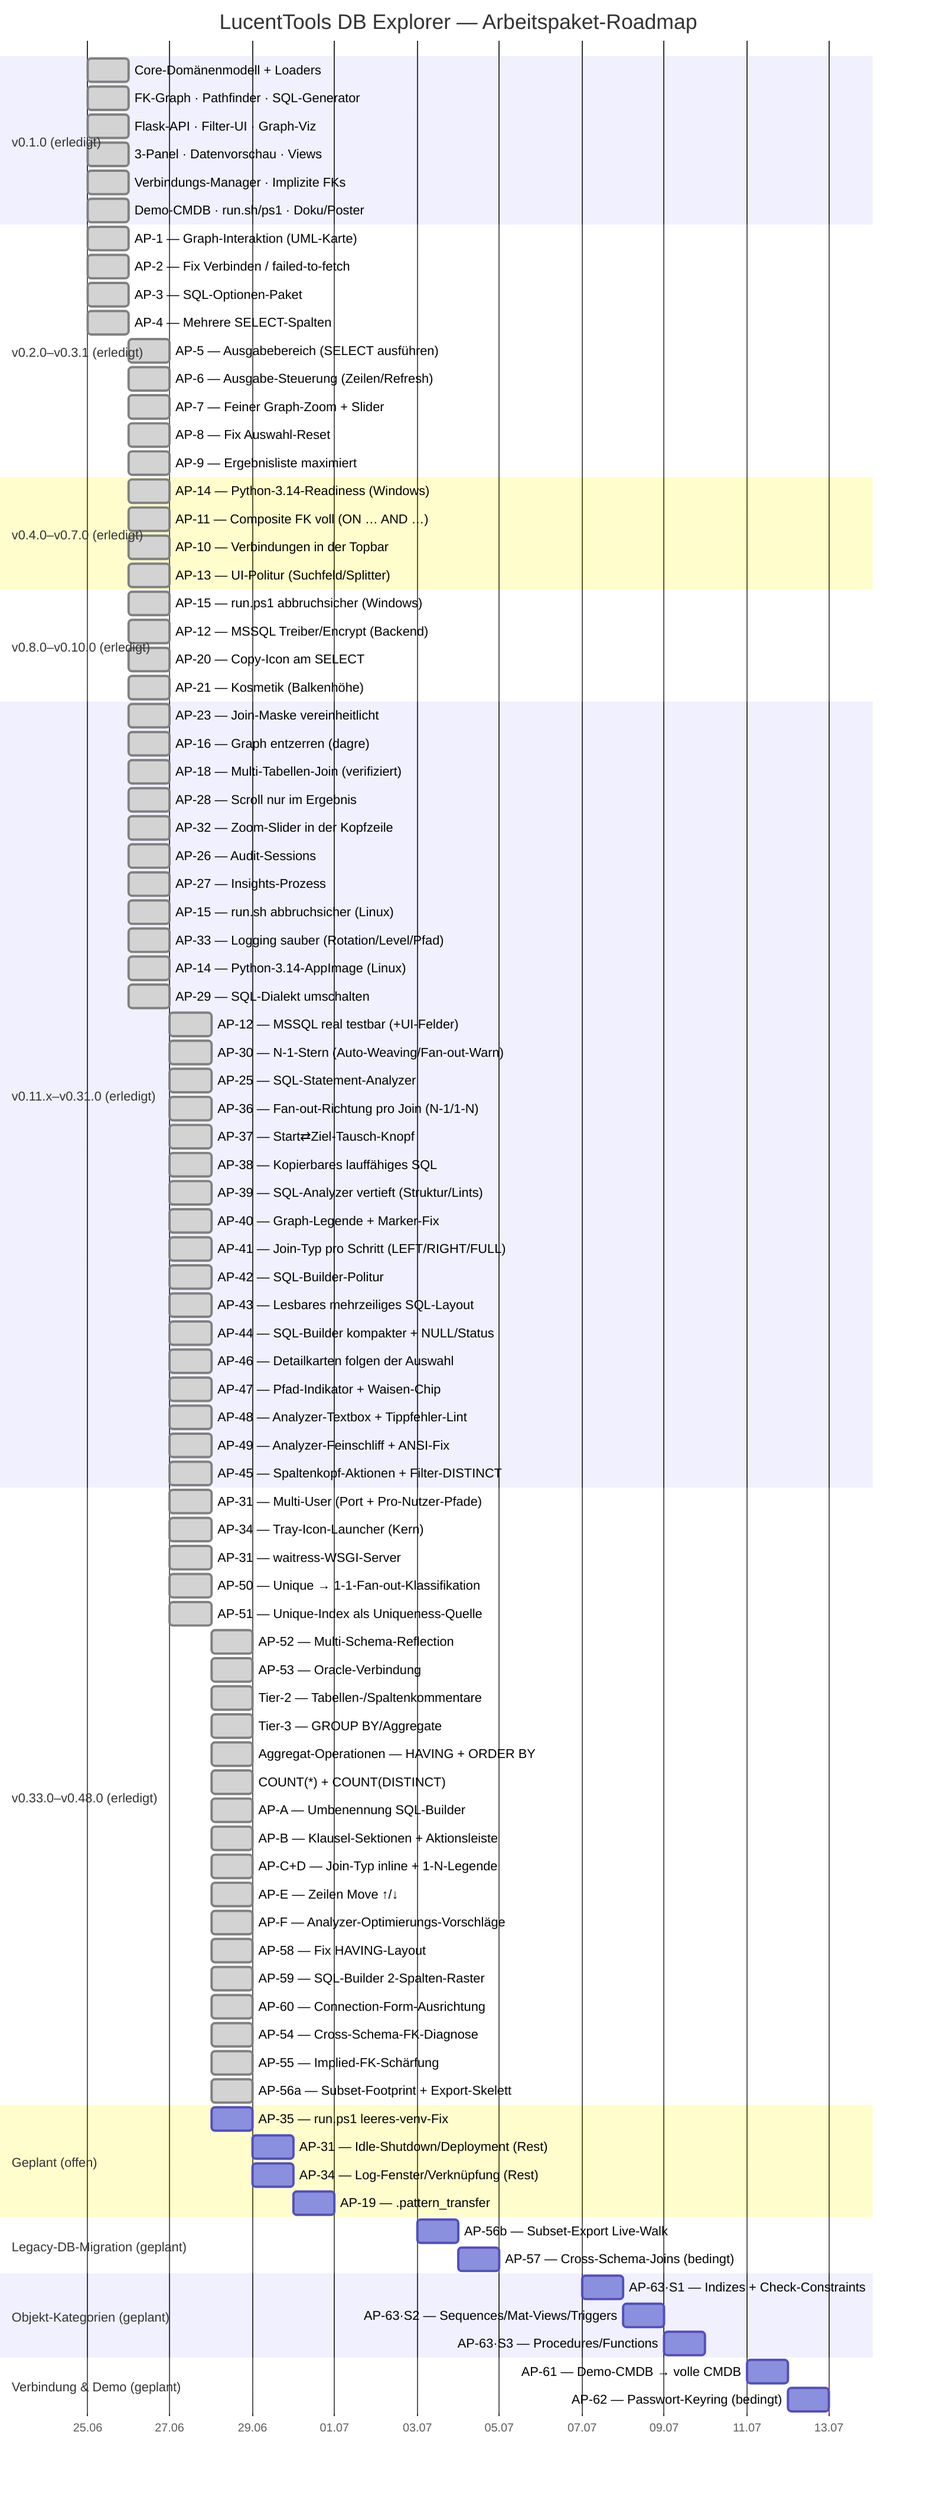
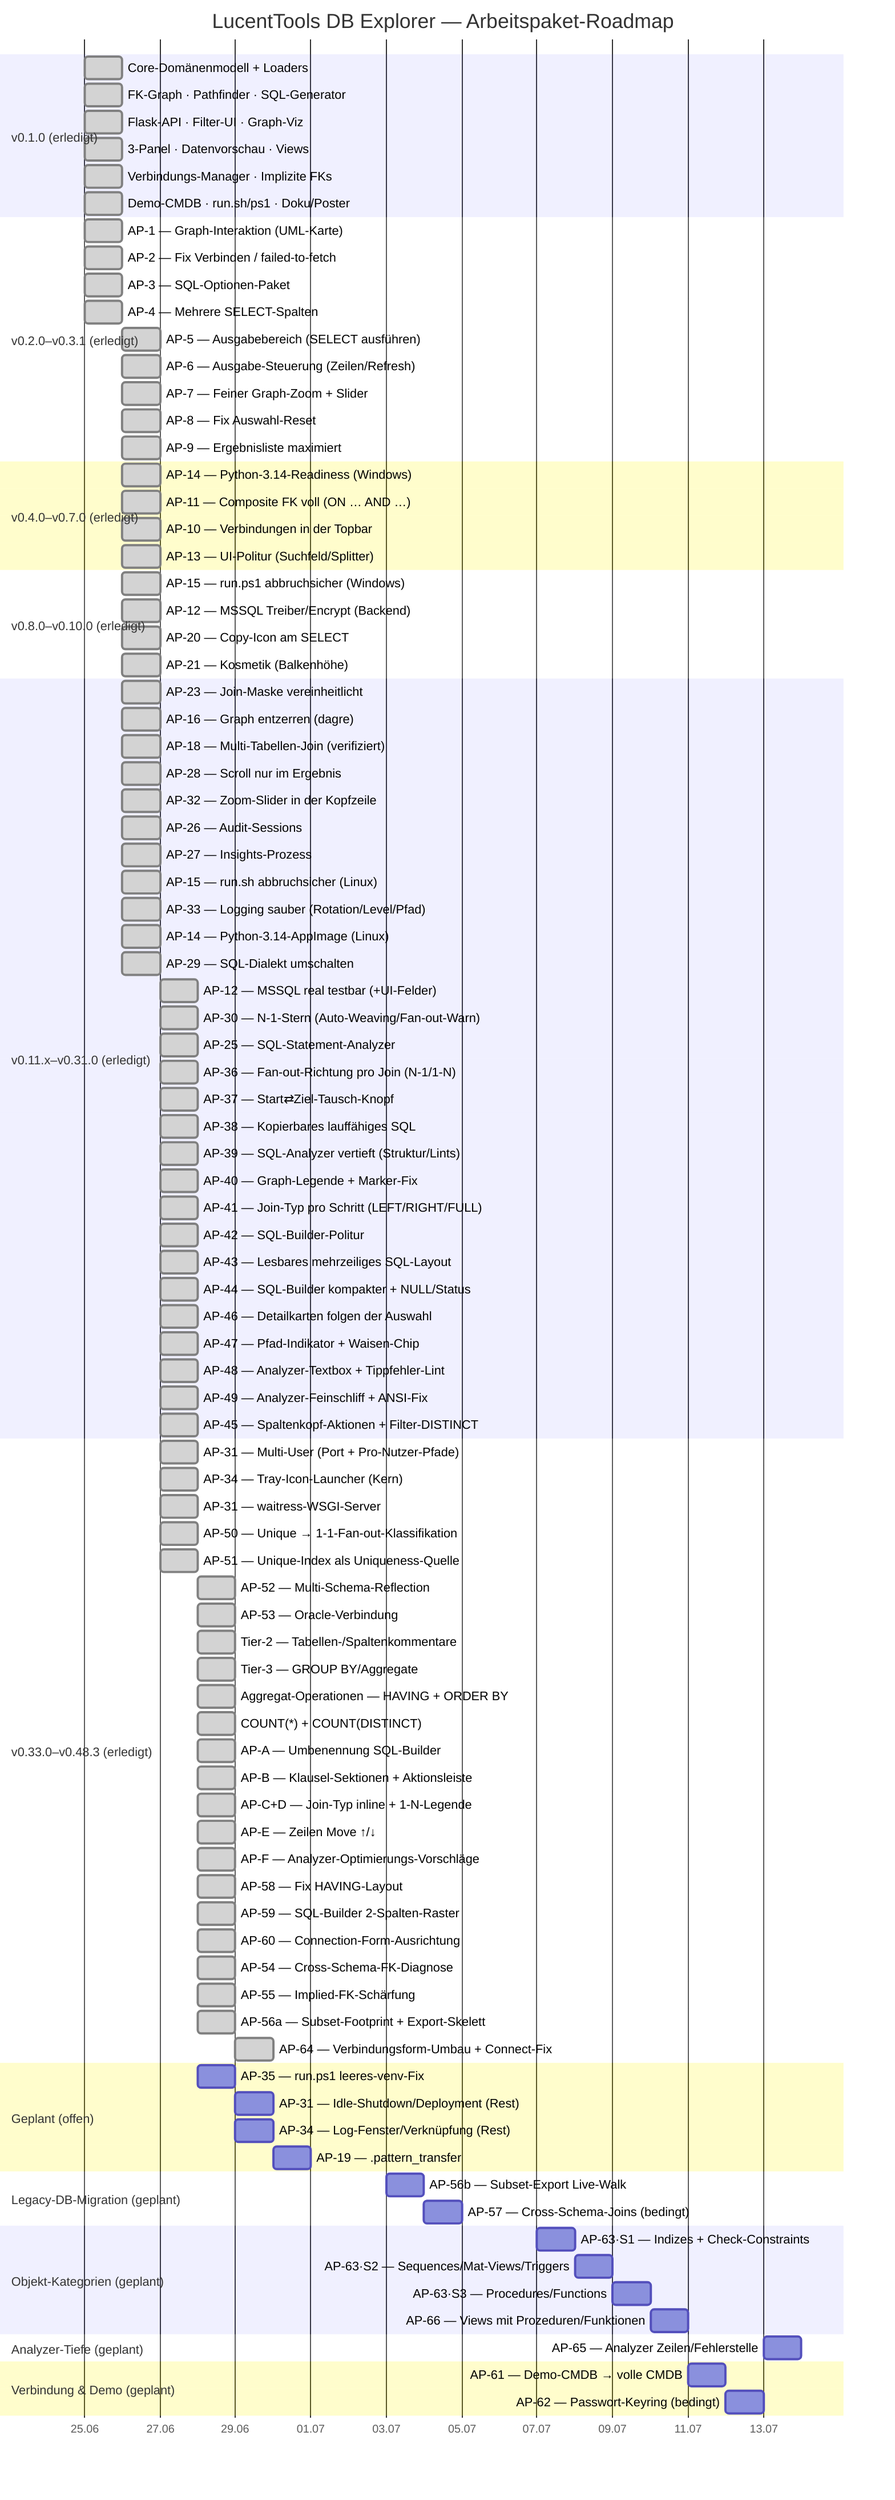
gantt
    title LucentTools DB Explorer — Arbeitspaket-Roadmap
    dateFormat  YYYY-MM-DD
    axisFormat  %d.%m

    section v0.1.0 (erledigt)
    Core-Domänenmodell + Loaders          :done, d1, 2026-06-25, 1d
    FK-Graph · Pathfinder · SQL-Generator :done, d2, 2026-06-25, 1d
    Flask-API · Filter-UI · Graph-Viz     :done, d3, 2026-06-25, 1d
    3-Panel · Datenvorschau · Views       :done, d4, 2026-06-25, 1d
    Verbindungs-Manager · Implizite FKs   :done, d5, 2026-06-25, 1d
    Demo-CMDB · run.sh/ps1 · Doku/Poster  :done, d6, 2026-06-25, 1d

    section v0.2.0–v0.3.1 (erledigt)
    AP-1 — Graph-Interaktion (UML-Karte)        :done, a1, 2026-06-25, 1d
    AP-2 — Fix Verbinden / failed-to-fetch      :done, a2, 2026-06-25, 1d
    AP-3 — SQL-Optionen-Paket                   :done, a3, 2026-06-25, 1d
    AP-4 — Mehrere SELECT-Spalten               :done, a4, 2026-06-25, 1d
    AP-5 — Ausgabebereich (SELECT ausführen)    :done, a5, 2026-06-26, 1d
    AP-6 — Ausgabe-Steuerung (Zeilen/Refresh)   :done, a6, 2026-06-26, 1d
    AP-7 — Feiner Graph-Zoom + Slider           :done, a7, 2026-06-26, 1d
    AP-8 — Fix Auswahl-Reset                    :done, a8, 2026-06-26, 1d
    AP-9 — Ergebnisliste maximiert              :done, a9, 2026-06-26, 1d

    section v0.4.0–v0.7.0 (erledigt)
    AP-14 — Python-3.14-Readiness (Windows)     :done, b1, 2026-06-26, 1d
    AP-11 — Composite FK voll (ON … AND …)      :done, b2, 2026-06-26, 1d
    AP-10 — Verbindungen in der Topbar          :done, b3, 2026-06-26, 1d
    AP-13 — UI-Politur (Suchfeld/Splitter)      :done, b4, 2026-06-26, 1d

    section v0.8.0–v0.10.0 (erledigt)
    AP-15 — run.ps1 abbruchsicher (Windows)     :done, c1, 2026-06-26, 1d
    AP-12 — MSSQL Treiber/Encrypt (Backend)     :done, c2, 2026-06-26, 1d
    AP-20 — Copy-Icon am SELECT                 :done, c3, 2026-06-26, 1d
    AP-21 — Kosmetik (Balkenhöhe)               :done, c4, 2026-06-26, 1d

    section v0.11.x–v0.31.0 (erledigt)
    AP-23 — Join-Maske vereinheitlicht          :done, e1, 2026-06-26, 1d
    AP-16 — Graph entzerren (dagre)             :done, e2, 2026-06-26, 1d
    AP-18 — Multi-Tabellen-Join (verifiziert)   :done, e3, 2026-06-26, 1d
    AP-28 — Scroll nur im Ergebnis              :done, e4, 2026-06-26, 1d
    AP-32 — Zoom-Slider in der Kopfzeile        :done, e5, 2026-06-26, 1d
    AP-26 — Audit-Sessions                      :done, e6, 2026-06-26, 1d
    AP-27 — Insights-Prozess                    :done, e7, 2026-06-26, 1d
    AP-15 — run.sh abbruchsicher (Linux)        :done, e8, 2026-06-26, 1d
    AP-33 — Logging sauber (Rotation/Level/Pfad) :done, e9, 2026-06-26, 1d
    AP-14 — Python-3.14-AppImage (Linux)         :done, e10, 2026-06-26, 1d
    AP-29 — SQL-Dialekt umschalten               :done, e11, 2026-06-26, 1d
    AP-12 — MSSQL real testbar (+UI-Felder)      :done, e12, 2026-06-27, 1d
    AP-30 — N-1-Stern (Auto-Weaving/Fan-out-Warn) :done, e13, 2026-06-27, 1d
    AP-25 — SQL-Statement-Analyzer               :done, e14, 2026-06-27, 1d
    AP-36 — Fan-out-Richtung pro Join (N-1/1-N)  :done, e15, 2026-06-27, 1d
    AP-37 — Start⇄Ziel-Tausch-Knopf              :done, e16, 2026-06-27, 1d
    AP-38 — Kopierbares lauffähiges SQL          :done, e17, 2026-06-27, 1d
    AP-39 — SQL-Analyzer vertieft (Struktur/Lints) :done, e18, 2026-06-27, 1d
    AP-40 — Graph-Legende + Marker-Fix           :done, e19, 2026-06-27, 1d
    AP-41 — Join-Typ pro Schritt (LEFT/RIGHT/FULL) :done, e20, 2026-06-27, 1d
    AP-42 — SQL-Builder-Politur                 :done, e21, 2026-06-27, 1d
    AP-43 — Lesbares mehrzeiliges SQL-Layout      :done, e22, 2026-06-27, 1d
    AP-44 — SQL-Builder kompakter + NULL/Status :done, e23, 2026-06-27, 1d
    AP-46 — Detailkarten folgen der Auswahl       :done, e24, 2026-06-27, 1d
    AP-47 — Pfad-Indikator + Waisen-Chip         :done, e25, 2026-06-27, 1d
    AP-48 — Analyzer-Textbox + Tippfehler-Lint   :done, e26, 2026-06-27, 1d
    AP-49 — Analyzer-Feinschliff + ANSI-Fix       :done, e27, 2026-06-27, 1d
    AP-45 — Spaltenkopf-Aktionen + Filter-DISTINCT :done, e28, 2026-06-27, 1d

-     section v0.33.0–v0.48.0 (erledigt)
+     section v0.33.0–v0.48.3 (erledigt)
    AP-31 — Multi-User (Port + Pro-Nutzer-Pfade) :done, f1, 2026-06-27, 1d
    AP-34 — Tray-Icon-Launcher (Kern)            :done, f2, 2026-06-27, 1d
    AP-31 — waitress-WSGI-Server                 :done, f3, 2026-06-27, 1d
    AP-50 — Unique → 1-1-Fan-out-Klassifikation  :done, f4, 2026-06-27, 1d
    AP-51 — Unique-Index als Uniqueness-Quelle   :done, f5, 2026-06-27, 1d
    AP-52 — Multi-Schema-Reflection              :done, f6, 2026-06-28, 1d
    AP-53 — Oracle-Verbindung                    :done, f7, 2026-06-28, 1d
    Tier-2 — Tabellen-/Spaltenkommentare         :done, f8, 2026-06-28, 1d
    Tier-3 — GROUP BY/Aggregate                  :done, f9, 2026-06-28, 1d
    Aggregat-Operationen — HAVING + ORDER BY     :done, f10, 2026-06-28, 1d
    COUNT(*) + COUNT(DISTINCT)                   :done, f11, 2026-06-28, 1d
    AP-A — Umbenennung SQL-Builder               :done, f12, 2026-06-28, 1d
    AP-B — Klausel-Sektionen + Aktionsleiste     :done, f13, 2026-06-28, 1d
    AP-C+D — Join-Typ inline + 1-N-Legende       :done, f14, 2026-06-28, 1d
    AP-E — Zeilen Move ↑/↓                        :done, f15, 2026-06-28, 1d
    AP-F — Analyzer-Optimierungs-Vorschläge      :done, f16, 2026-06-28, 1d
    AP-58 — Fix HAVING-Layout                    :done, f17, 2026-06-28, 1d
    AP-59 — SQL-Builder 2-Spalten-Raster        :done, f18, 2026-06-28, 1d
    AP-60 — Connection-Form-Ausrichtung         :done, f19, 2026-06-28, 1d
    AP-54 — Cross-Schema-FK-Diagnose            :done, f20, 2026-06-28, 1d
    AP-55 — Implied-FK-Schärfung                :done, f21, 2026-06-28, 1d
    AP-56a — Subset-Footprint + Export-Skelett   :done, f22, 2026-06-28, 1d
+     AP-64 — Verbindungsform-Umbau + Connect-Fix  :done, f23, 2026-06-29, 1d

    section Geplant (offen)
    AP-35 — run.ps1 leeres-venv-Fix             :p3, 2026-06-28, 1d
    AP-31 — Idle-Shutdown/Deployment (Rest)     :p5, 2026-06-29, 1d
    AP-34 — Log-Fenster/Verknüpfung (Rest)      :p6, 2026-06-29, 1d
    AP-19 — .pattern_transfer                   :p11, 2026-06-30, 1d

    section Legacy-DB-Migration (geplant)
    AP-56b — Subset-Export Live-Walk :p22, 2026-07-03, 1d
    AP-57 — Cross-Schema-Joins (bedingt)        :p23, 2026-07-04, 1d

    section Objekt-Kategorien (geplant)
    AP-63·S1 — Indizes + Check-Constraints      :p30, 2026-07-07, 1d
    AP-63·S2 — Sequences/Mat-Views/Triggers     :p31, 2026-07-08, 1d
    AP-63·S3 — Procedures/Functions             :p32, 2026-07-09, 1d
+     AP-66 — Views mit Prozeduren/Funktionen     :p33, 2026-07-10, 1d
+ 
+     section Analyzer-Tiefe (geplant)
+     AP-65 — Analyzer Zeilen/Fehlerstelle        :p35, 2026-07-13, 1d

    section Verbindung & Demo (geplant)
    AP-61 — Demo-CMDB → volle CMDB              :p41, 2026-07-11, 1d
    AP-62 — Passwort-Keyring (bedingt)          :p42, 2026-07-12, 1d
